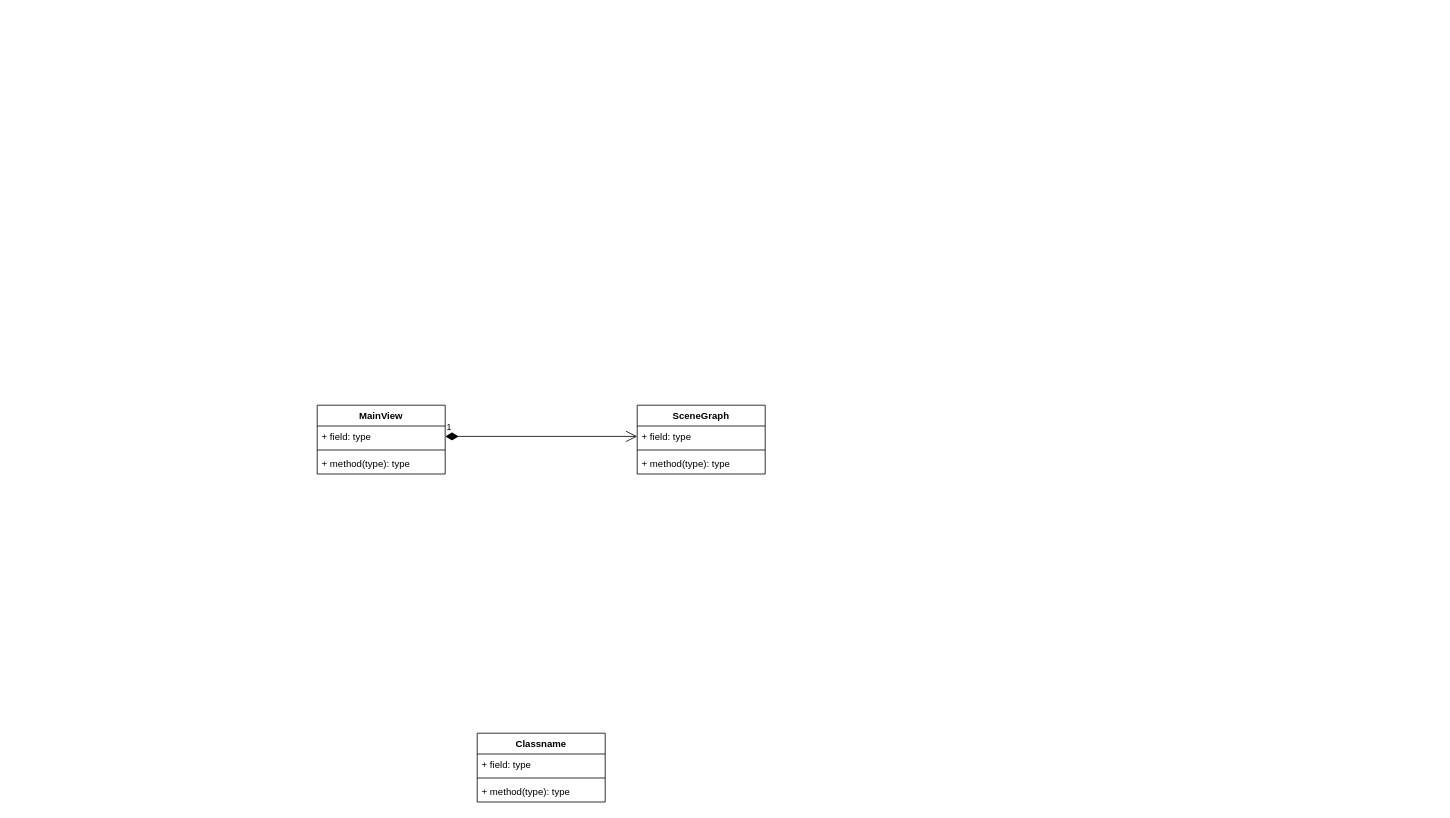
Before: doc/OverallClassDiagram.drawio in moshanak/QtPlayGround, a draw.io diagram. Source tidied: cells renumbered, new cells numbered last; positions are measured from the earlier drawing's top-left corner, leaving out a move shared by most shapes. Both pictures are drawn from the tidied source at 80%, with x=0, y=0 at pixel (317, 405).
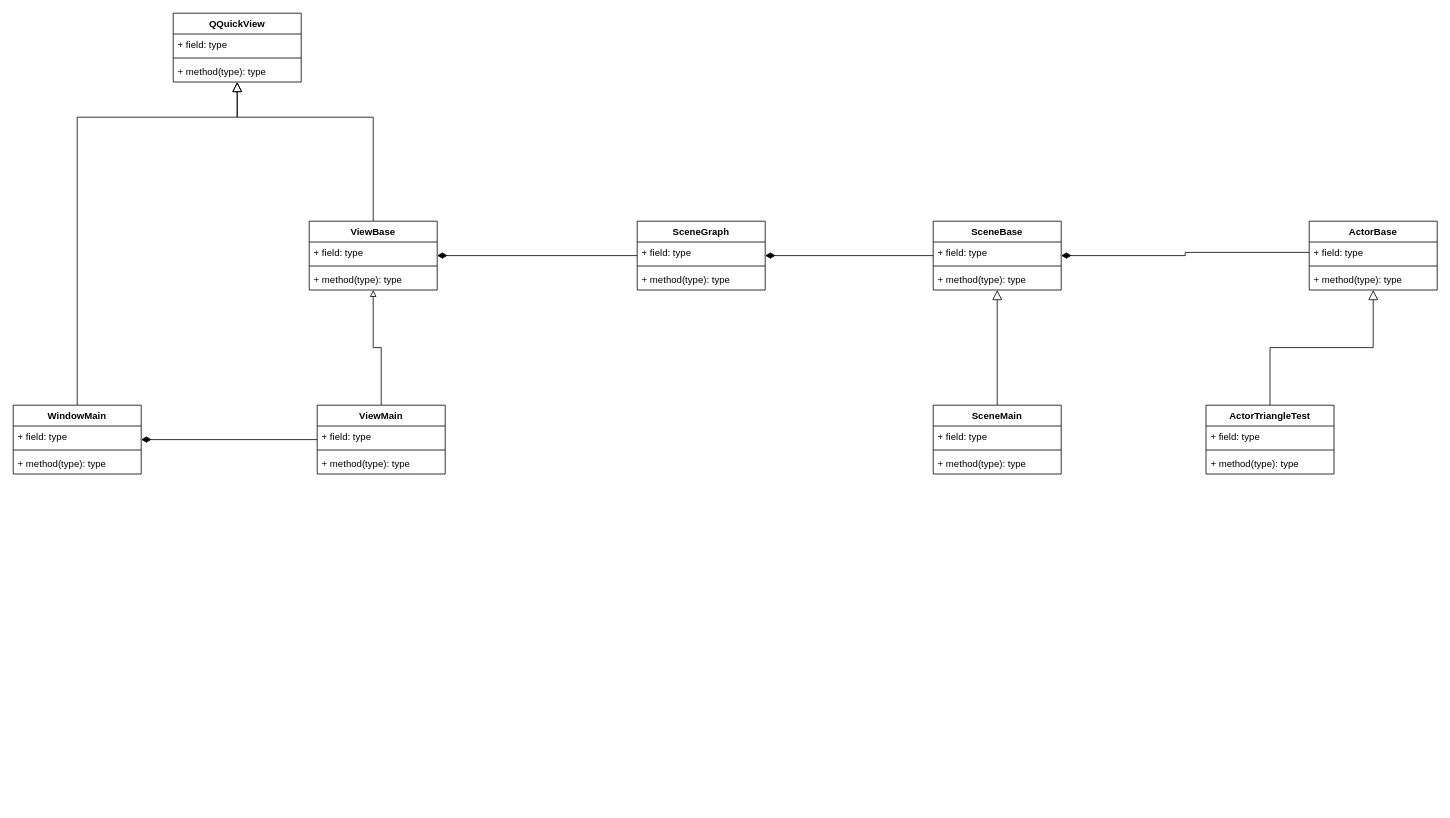
After the change.

Unchanged cells that the change refers to:
```xml
<mxCell id="3" value="+ field: type" style="text;strokeColor=none;fillColor=none;align=left;verticalAlign=top;spacingLeft=4;spacingRight=4;overflow=hidden;points=[[0,0.5],[1,0.5]];portConstraint=eastwest;" parent="2" vertex="1">
  <mxGeometry y="26" width="160" height="26" as="geometry" />
</mxCell>
<mxCell id="7" value="+ field: type" style="text;strokeColor=none;fillColor=none;align=left;verticalAlign=top;spacingLeft=4;spacingRight=4;overflow=hidden;points=[[0,0.5],[1,0.5]];portConstraint=eastwest;" parent="6" vertex="1">
  <mxGeometry y="26" width="160" height="26" as="geometry" />
</mxCell>
```

Change to the diagram source:
```diff
@@
+    <mxCell id="15" style="edgeStyle=orthogonalEdgeStyle;rounded=0;jumpSize=6;jettySize=auto;html=1;endArrow=diamondThin;endFill=1;endSize=10;strokeWidth=1;" parent="1" edge="1" source="2" target="24">
+      <mxGeometry relative="1" as="geometry">
+        <Array as="points">
+          <mxPoint x="330" y="-187" />
+          <mxPoint x="330" y="-187" />
+        </Array>
+      </mxGeometry>
+    </mxCell>
     <mxCell id="2" value="SceneGraph" style="swimlane;fontStyle=1;align=center;verticalAlign=top;horizontal=1;startSize=26;" parent="1" vertex="1">
-      <mxGeometry x="400" width="160" height="86" as="geometry" />
+      <mxGeometry x="400" y="-230" width="160" height="86" as="geometry" />
     </mxCell>
@@
+    <mxCell id="16" style="edgeStyle=orthogonalEdgeStyle;rounded=0;jumpSize=6;jettySize=auto;html=1;endArrow=block;endFill=0;strokeWidth=1;" parent="1" edge="1" source="6" target="24">
+      <mxGeometry relative="1" as="geometry" />
+    </mxCell>
+    <mxCell id="17" style="edgeStyle=orthogonalEdgeStyle;rounded=0;jumpSize=6;jettySize=auto;html=1;endArrow=diamondThin;endFill=1;strokeWidth=1;endSize=10;" parent="1" edge="1" source="6" target="11">
+      <mxGeometry relative="1" as="geometry" />
+    </mxCell>
-    <mxCell id="6" value="MainView" style="swimlane;fontStyle=1;align=center;verticalAlign=top;horizontal=1;startSize=26;" parent="1" vertex="1">
+    <mxCell id="6" value="ViewMain" style="swimlane;fontStyle=1;align=center;verticalAlign=top;horizontal=1;startSize=26;" parent="1" vertex="1">
       <mxGeometry width="160" height="86" as="geometry" />
     </mxCell>
@@
-    <mxCell id="10" value="1" style="endArrow=open;html=1;endSize=12;startArrow=diamondThin;startSize=14;startFill=1;edgeStyle=orthogonalEdgeStyle;align=left;verticalAlign=bottom;rounded=0;" parent="1" edge="1" source="7" target="3">
-      <mxGeometry x="-1" y="3" relative="1" as="geometry" />
-    </mxCell>
+    <mxCell id="18" style="edgeStyle=orthogonalEdgeStyle;rounded=0;jumpSize=6;jettySize=auto;html=1;endArrow=block;endFill=0;strokeWidth=1;endSize=10;" parent="1" edge="1" source="11" target="19">
+      <mxGeometry relative="1" as="geometry">
+        <Array as="points">
+          <mxPoint x="-300" y="-360" />
+          <mxPoint x="-100" y="-360" />
+        </Array>
+      </mxGeometry>
+    </mxCell>
-    <mxCell id="11" value="Classname" style="swimlane;fontStyle=1;align=center;verticalAlign=top;horizontal=1;startSize=26;" parent="1" vertex="1">
-      <mxGeometry x="200" y="410" width="160" height="86" as="geometry" />
+    <mxCell id="11" value="WindowMain" style="swimlane;fontStyle=1;align=center;verticalAlign=top;horizontal=1;startSize=26;" parent="1" vertex="1">
+      <mxGeometry x="-380" width="160" height="86" as="geometry" />
     </mxCell>
@@
+    <mxCell id="19" value="QQuickView" style="swimlane;fontStyle=1;align=center;verticalAlign=top;horizontal=1;startSize=26;" parent="1" vertex="1">
+      <mxGeometry x="-180" y="-490" width="160" height="86" as="geometry" />
+    </mxCell>
+    <mxCell id="20" value="+ field: type" style="text;strokeColor=none;fillColor=none;align=left;verticalAlign=top;spacingLeft=4;spacingRight=4;overflow=hidden;" parent="19" vertex="1">
+      <mxGeometry y="26" width="160" height="26" as="geometry" />
+    </mxCell>
+    <mxCell id="21" style="line;strokeWidth=1;fillColor=none;align=left;verticalAlign=middle;spacingTop=-1;spacingLeft=3;spacingRight=3;labelPosition=right;" parent="19" vertex="1">
+      <mxGeometry y="52" width="160" height="8" as="geometry" />
+    </mxCell>
+    <mxCell id="22" value="+ method(type): type" style="text;strokeColor=none;fillColor=none;align=left;verticalAlign=top;spacingLeft=4;spacingRight=4;overflow=hidden;points=[[0,0.5],[1,0.5]];portConstraint=eastwest;" parent="19" vertex="1">
+      <mxGeometry y="60" width="160" height="26" as="geometry" />
+    </mxCell>
+    <mxCell id="23" style="edgeStyle=orthogonalEdgeStyle;rounded=0;jumpSize=6;jettySize=auto;html=1;endArrow=block;endFill=0;strokeWidth=1;endSize=10;" parent="1" edge="1" source="24" target="22">
+      <mxGeometry relative="1" as="geometry">
+        <Array as="points">
+          <mxPoint x="70" y="-360" />
+          <mxPoint x="-100" y="-360" />
+        </Array>
+      </mxGeometry>
+    </mxCell>
+    <mxCell id="24" value="ViewBase" style="swimlane;fontStyle=1;align=center;verticalAlign=top;horizontal=1;startSize=26;" parent="1" vertex="1">
+      <mxGeometry x="-10" y="-230" width="160" height="86" as="geometry" />
+    </mxCell>
+    <mxCell id="25" value="+ field: type" style="text;strokeColor=none;fillColor=none;align=left;verticalAlign=top;spacingLeft=4;spacingRight=4;overflow=hidden;" parent="24" vertex="1">
+      <mxGeometry y="26" width="160" height="26" as="geometry" />
+    </mxCell>
+    <mxCell id="26" style="line;strokeWidth=1;fillColor=none;align=left;verticalAlign=middle;spacingTop=-1;spacingLeft=3;spacingRight=3;labelPosition=right;" parent="24" vertex="1">
+      <mxGeometry y="52" width="160" height="8" as="geometry" />
+    </mxCell>
+    <mxCell id="27" value="+ method(type): type" style="text;strokeColor=none;fillColor=none;align=left;verticalAlign=top;spacingLeft=4;spacingRight=4;overflow=hidden;" parent="24" vertex="1">
+      <mxGeometry y="60" width="160" height="26" as="geometry" />
+    </mxCell>
+    <mxCell id="28" style="edgeStyle=orthogonalEdgeStyle;rounded=0;jumpSize=6;jettySize=auto;html=1;endArrow=diamondThin;endFill=1;endSize=10;strokeWidth=1;" parent="1" edge="1" source="29" target="2">
+      <mxGeometry relative="1" as="geometry">
+        <Array as="points">
+          <mxPoint x="680" y="-187" />
+          <mxPoint x="680" y="-187" />
+        </Array>
+      </mxGeometry>
+    </mxCell>
+    <mxCell id="29" value="SceneBase" style="swimlane;fontStyle=1;align=center;verticalAlign=top;horizontal=1;startSize=26;" parent="1" vertex="1">
+      <mxGeometry x="770" y="-230" width="160" height="86" as="geometry" />
+    </mxCell>
+    <mxCell id="30" value="+ field: type" style="text;strokeColor=none;fillColor=none;align=left;verticalAlign=top;spacingLeft=4;spacingRight=4;overflow=hidden;" parent="29" vertex="1">
+      <mxGeometry y="26" width="160" height="26" as="geometry" />
+    </mxCell>
+    <mxCell id="31" style="line;strokeWidth=1;fillColor=none;align=left;verticalAlign=middle;spacingTop=-1;spacingLeft=3;spacingRight=3;labelPosition=right;" parent="29" vertex="1">
+      <mxGeometry y="52" width="160" height="8" as="geometry" />
+    </mxCell>
+    <mxCell id="32" value="+ method(type): type" style="text;strokeColor=none;fillColor=none;align=left;verticalAlign=top;spacingLeft=4;spacingRight=4;overflow=hidden;" parent="29" vertex="1">
+      <mxGeometry y="60" width="160" height="26" as="geometry" />
+    </mxCell>
+    <mxCell id="33" style="edgeStyle=orthogonalEdgeStyle;rounded=0;jumpSize=6;jettySize=auto;html=1;endArrow=block;endFill=0;endSize=10;strokeWidth=1;" parent="1" edge="1" source="34" target="29">
+      <mxGeometry relative="1" as="geometry" />
+    </mxCell>
+    <mxCell id="34" value="SceneMain" style="swimlane;fontStyle=1;align=center;verticalAlign=top;horizontal=1;startSize=26;" parent="1" vertex="1">
+      <mxGeometry x="770" width="160" height="86" as="geometry" />
+    </mxCell>
+    <mxCell id="35" value="+ field: type" style="text;strokeColor=none;fillColor=none;align=left;verticalAlign=top;spacingLeft=4;spacingRight=4;overflow=hidden;" parent="34" vertex="1">
+      <mxGeometry y="26" width="160" height="26" as="geometry" />
+    </mxCell>
+    <mxCell id="36" style="line;strokeWidth=1;fillColor=none;align=left;verticalAlign=middle;spacingTop=-1;spacingLeft=3;spacingRight=3;labelPosition=right;" parent="34" vertex="1">
+      <mxGeometry y="52" width="160" height="8" as="geometry" />
+    </mxCell>
+    <mxCell id="37" value="+ method(type): type" style="text;strokeColor=none;fillColor=none;align=left;verticalAlign=top;spacingLeft=4;spacingRight=4;overflow=hidden;" parent="34" vertex="1">
+      <mxGeometry y="60" width="160" height="26" as="geometry" />
+    </mxCell>
+    <mxCell id="38" value="ActorBase" style="swimlane;fontStyle=1;align=center;verticalAlign=top;horizontal=1;startSize=26;" parent="1" vertex="1">
+      <mxGeometry x="1240" y="-230" width="160" height="86" as="geometry" />
+    </mxCell>
+    <mxCell id="39" value="+ field: type" style="text;strokeColor=none;fillColor=none;align=left;verticalAlign=top;spacingLeft=4;spacingRight=4;overflow=hidden;points=[[0,0.5],[1,0.5]];portConstraint=eastwest;" parent="38" vertex="1">
+      <mxGeometry y="26" width="160" height="26" as="geometry" />
+    </mxCell>
+    <mxCell id="40" style="line;strokeWidth=1;fillColor=none;align=left;verticalAlign=middle;spacingTop=-1;spacingLeft=3;spacingRight=3;labelPosition=right;" parent="38" vertex="1">
+      <mxGeometry y="52" width="160" height="8" as="geometry" />
+    </mxCell>
+    <mxCell id="41" value="+ method(type): type" style="text;strokeColor=none;fillColor=none;align=left;verticalAlign=top;spacingLeft=4;spacingRight=4;overflow=hidden;" parent="38" vertex="1">
+      <mxGeometry y="60" width="160" height="26" as="geometry" />
+    </mxCell>
+    <mxCell id="42" style="edgeStyle=orthogonalEdgeStyle;rounded=0;jumpSize=6;jettySize=auto;html=1;endArrow=diamondThin;endFill=1;endSize=10;strokeWidth=1;" parent="1" edge="1" source="39" target="29">
+      <mxGeometry relative="1" as="geometry" />
+    </mxCell>
+    <mxCell id="43" style="edgeStyle=orthogonalEdgeStyle;rounded=0;jumpSize=6;jettySize=auto;html=1;endArrow=block;endFill=0;endSize=10;strokeWidth=1;" parent="1" edge="1" source="44" target="38">
+      <mxGeometry relative="1" as="geometry" />
+    </mxCell>
+    <mxCell id="44" value="ActorTriangleTest" style="swimlane;fontStyle=1;align=center;verticalAlign=top;horizontal=1;startSize=26;" parent="1" vertex="1">
+      <mxGeometry x="1111" width="160" height="86" as="geometry" />
+    </mxCell>
+    <mxCell id="45" value="+ field: type" style="text;strokeColor=none;fillColor=none;align=left;verticalAlign=top;spacingLeft=4;spacingRight=4;overflow=hidden;" parent="44" vertex="1">
+      <mxGeometry y="26" width="160" height="26" as="geometry" />
+    </mxCell>
+    <mxCell id="46" style="line;strokeWidth=1;fillColor=none;align=left;verticalAlign=middle;spacingTop=-1;spacingLeft=3;spacingRight=3;labelPosition=right;" parent="44" vertex="1">
+      <mxGeometry y="52" width="160" height="8" as="geometry" />
+    </mxCell>
+    <mxCell id="47" value="+ method(type): type" style="text;strokeColor=none;fillColor=none;align=left;verticalAlign=top;spacingLeft=4;spacingRight=4;overflow=hidden;" parent="44" vertex="1">
+      <mxGeometry y="60" width="160" height="26" as="geometry" />
+    </mxCell>
```
